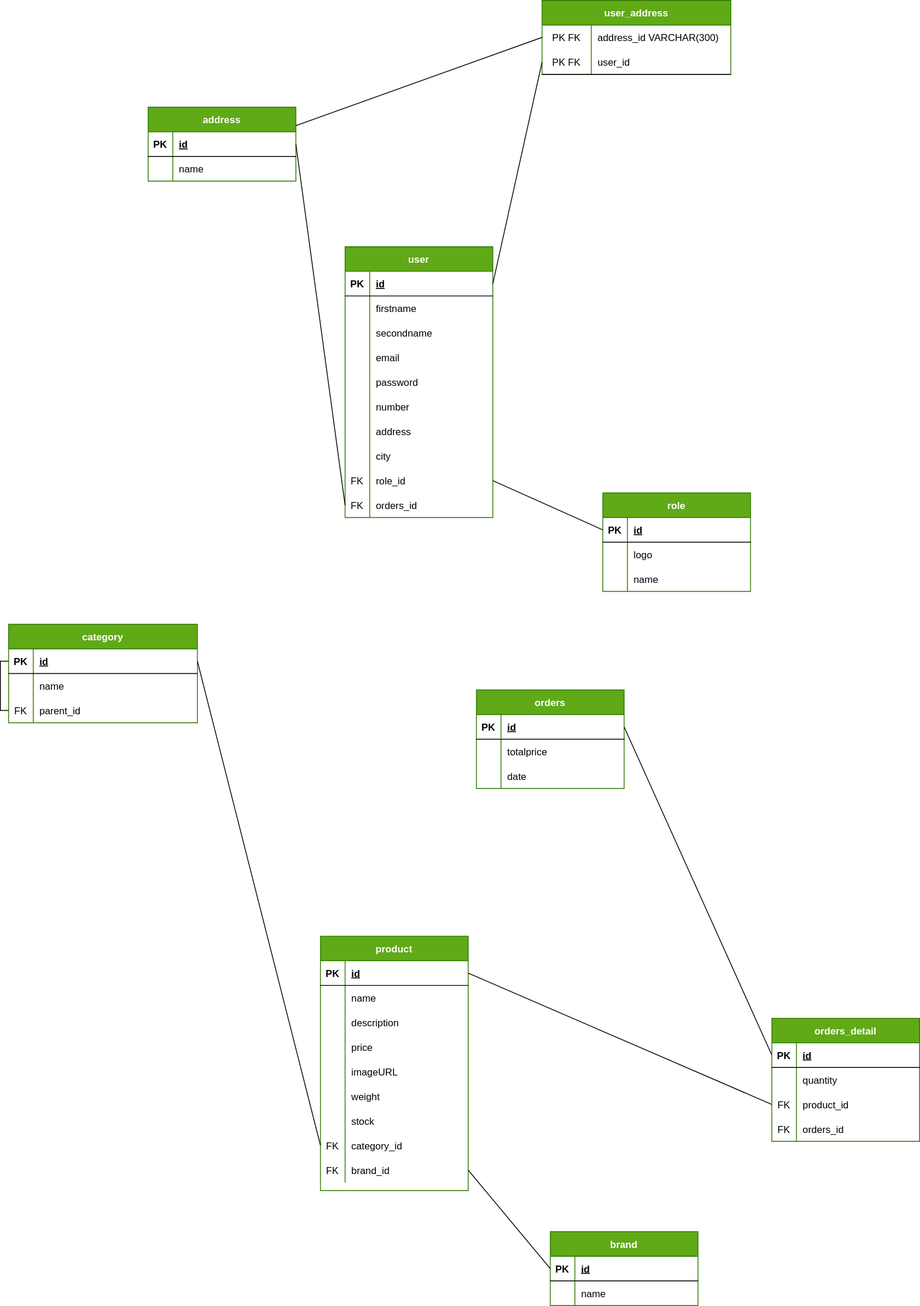
Earlier version of the draw.io export code/server/merise/MLD-komora.drawio.svg (TERENYANA/komora). Source tidied: cells renumbered, new cells last; positions are measured from the earlier drawing's top-left corner, leaving out a move shared by most shapes.
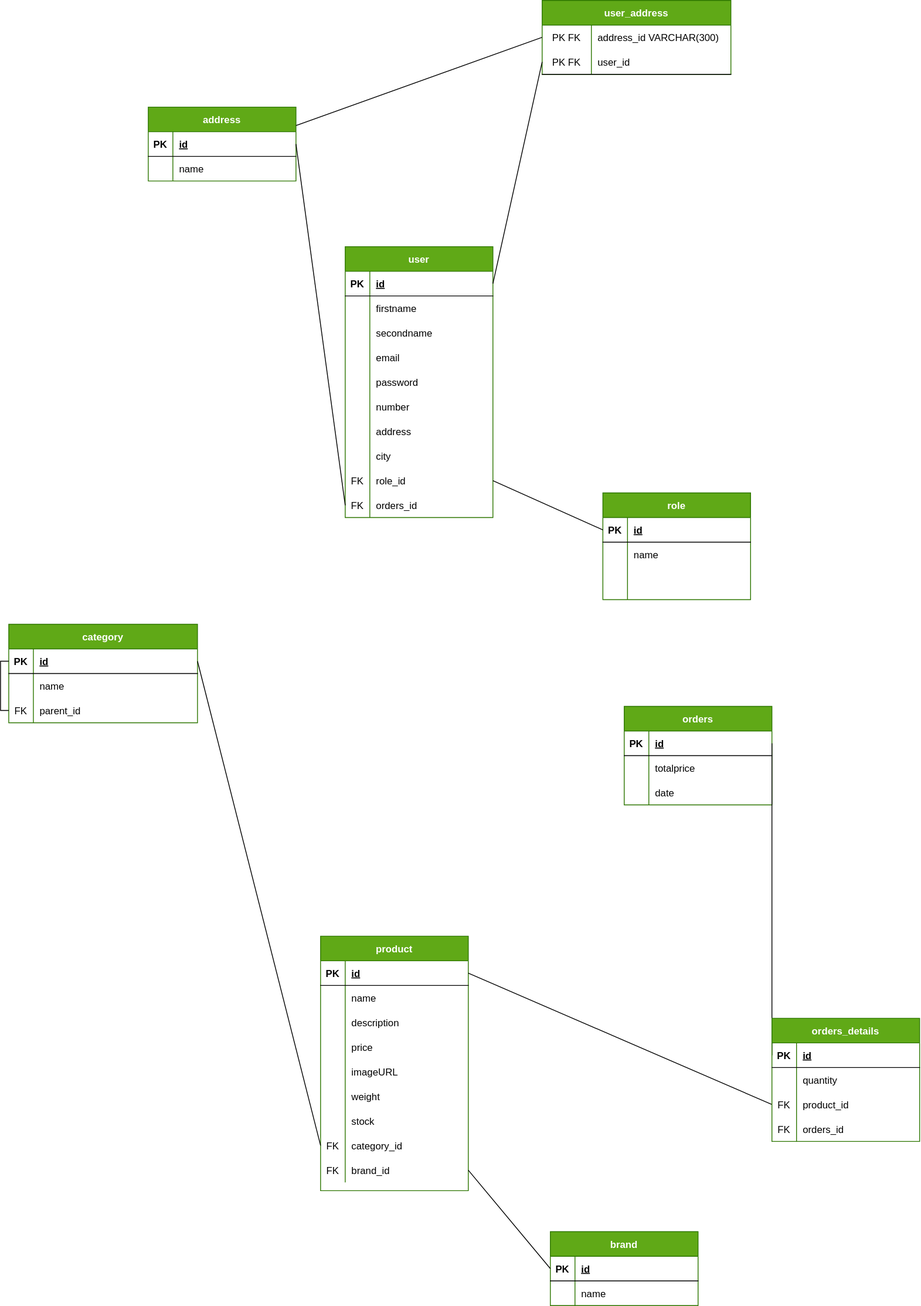
After the commit.

Diff of the diagram source:
```diff
@@ -96,7 +96,7 @@
       <mxGeometry x="30" width="150" height="30" as="geometry" />
     </mxCell>
     <mxCell id="33" value="role" style="shape=table;startSize=30;rowLines=0;fontStyle=1;align=center;fillColor=#60a917;fontColor=#ffffff;strokeColor=#2D7600;" parent="1" vertex="1">
-      <mxGeometry x="724" y="600" width="180" height="120" as="geometry" />
+      <mxGeometry x="724" y="600" width="180" height="130" as="geometry" />
     </mxCell>
     <mxCell id="34" style="shape=tableRow;horizontal=0;startSize=0;swimlaneHead=0;swimlaneBody=0;fillColor=none;points=[[0,0.5],[1,0.5]];portConstraint=eastwest;top=0;left=0;right=0;bottom=1;" parent="33" vertex="1">
       <mxGeometry y="30" width="180" height="30" as="geometry" />
@@ -113,18 +113,27 @@
     <mxCell id="38" style="shape=partialRectangle;fillColor=none;top=0;left=0;bottom=0;right=0;overflow=hidden;" parent="37" vertex="1">
       <mxGeometry width="30" height="30" as="geometry" />
     </mxCell>
-    <mxCell id="39" value="logo" style="shape=partialRectangle;fillColor=none;top=0;left=0;bottom=0;right=0;align=left;spacingLeft=6;overflow=hidden;" parent="37" vertex="1">
+    <mxCell id="39" value="name" style="shape=partialRectangle;fillColor=none;top=0;left=0;bottom=0;right=0;align=left;spacingLeft=6;overflow=hidden;" parent="37" vertex="1">
       <mxGeometry x="30" width="150" height="30" as="geometry" />
     </mxCell>
     <mxCell id="40" style="shape=tableRow;horizontal=0;startSize=0;swimlaneHead=0;swimlaneBody=0;fillColor=none;top=0;left=0;right=0;bottom=0;" parent="33" vertex="1">
-      <mxGeometry y="90" width="180" height="30" as="geometry" />
+      <mxGeometry y="90" width="180" height="20" as="geometry" />
     </mxCell>
     <mxCell id="41" style="shape=partialRectangle;fillColor=none;top=0;left=0;bottom=0;right=0;overflow=hidden;" parent="40" vertex="1">
-      <mxGeometry width="30" height="30" as="geometry" />
+      <mxGeometry width="30" height="20" as="geometry" />
     </mxCell>
-    <mxCell id="42" value="name" style="shape=partialRectangle;fillColor=none;top=0;left=0;bottom=0;right=0;align=left;spacingLeft=6;overflow=hidden;" parent="40" vertex="1">
-      <mxGeometry x="30" width="150" height="30" as="geometry" />
+    <mxCell id="42" style="shape=partialRectangle;fillColor=none;top=0;left=0;bottom=0;right=0;align=left;spacingLeft=6;overflow=hidden;" parent="40" vertex="1">
+      <mxGeometry x="30" width="150" height="20" as="geometry" />
     </mxCell>
+    <mxCell id="135" style="shape=tableRow;horizontal=0;startSize=0;swimlaneHead=0;swimlaneBody=0;fillColor=none;top=0;left=0;right=0;bottom=0;" parent="33" vertex="1">
+      <mxGeometry y="110" width="180" height="20" as="geometry" />
+    </mxCell>
+    <mxCell id="136" style="shape=partialRectangle;fillColor=none;top=0;left=0;bottom=0;right=0;overflow=hidden;" parent="135" vertex="1">
+      <mxGeometry width="30" height="20" as="geometry" />
+    </mxCell>
+    <mxCell id="137" style="shape=partialRectangle;fillColor=none;top=0;left=0;bottom=0;right=0;align=left;spacingLeft=6;overflow=hidden;" parent="135" vertex="1">
+      <mxGeometry x="30" width="150" height="20" as="geometry" />
+    </mxCell>
     <mxCell id="43" value="product" style="shape=table;startSize=30;rowLines=0;fontStyle=1;align=center;fillColor=#60a917;fontColor=#ffffff;strokeColor=#2D7600;" parent="1" vertex="1">
       <mxGeometry x="380" y="1140" width="180" height="310" as="geometry" />
     </mxCell>
@@ -252,7 +261,7 @@
       <mxGeometry x="30" width="150" height="30" as="geometry" />
     </mxCell>
     <mxCell id="85" value="orders" style="shape=table;startSize=30;rowLines=0;fontStyle=1;align=center;fillColor=#60a917;fontColor=#ffffff;strokeColor=#2D7600;" parent="1" vertex="1">
-      <mxGeometry x="570" y="840" width="180" height="120" as="geometry" />
+      <mxGeometry x="750" y="860" width="180" height="120" as="geometry" />
     </mxCell>
     <mxCell id="86" style="shape=tableRow;horizontal=0;startSize=0;swimlaneHead=0;swimlaneBody=0;fillColor=none;points=[[0,0.5],[1,0.5]];portConstraint=eastwest;top=0;left=0;right=0;bottom=1;" parent="85" vertex="1">
       <mxGeometry y="30" width="180" height="30" as="geometry" />
@@ -359,7 +368,7 @@
     <mxCell id="120" style="endArrow=none;html=1;rounded=0;exitX=1;exitY=0.5;exitDx=0;exitDy=0;entryX=0;entryY=0.5;entryDx=0;entryDy=0;" parent="1" edge="1" source="107" target="65">
       <mxGeometry relative="1" as="geometry" />
     </mxCell>
-    <mxCell id="121" value="orders_detail" style="shape=table;startSize=30;rowLines=0;fontStyle=1;align=center;fillColor=#60a917;fontColor=#ffffff;strokeColor=#2D7600;" parent="1" vertex="1">
+    <mxCell id="121" value="orders_details" style="shape=table;startSize=30;rowLines=0;fontStyle=1;align=center;fillColor=#60a917;fontColor=#ffffff;strokeColor=#2D7600;" parent="1" vertex="1">
       <mxGeometry x="930" y="1240" width="180" height="150" as="geometry" />
     </mxCell>
     <mxCell id="122" style="shape=tableRow;horizontal=0;startSize=0;swimlaneHead=0;swimlaneBody=0;fillColor=none;points=[[0,0.5],[1,0.5]];portConstraint=eastwest;top=0;left=0;right=0;bottom=1;" parent="121" vertex="1">
```
